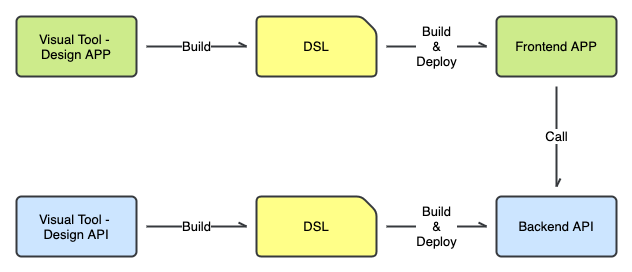
Before: content/wiki/coding/low-code/draw-workflow.png, a diagram exported from draw.io (sunnymix/sunnymix.com). Source tidied: cells renumbered, new cells last; positions are measured from the earlier drawing's top-left corner, leaving out a move shared by most shapes.
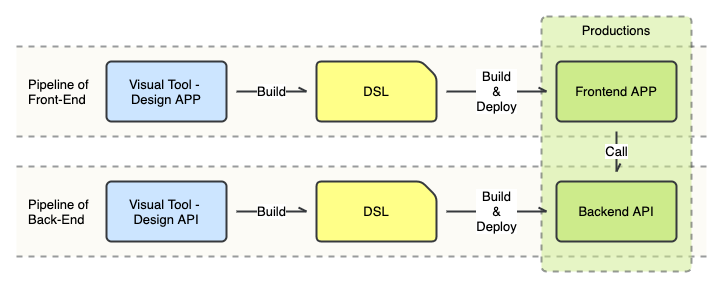
Above is the later version.

Commit message:
Edit coding--lowcode

Change to the diagram source:
```diff
@@ -2,13 +2,22 @@
   <root>
     <mxCell id="0" />
     <mxCell id="1" parent="0" />
+    <mxCell id="13" value="Pipeline of &lt;br style=&quot;font-size: 13px;&quot;&gt;Back-End" style="shape=partialRectangle;whiteSpace=wrap;html=1;left=0;right=0;fillColor=#f9f7ed;rounded=1;dashed=1;fontSize=13;strokeWidth=2;opacity=50;align=left;strokeColor=#36393d;spacingLeft=10;" parent="1" vertex="1">
+      <mxGeometry x="-60" y="105" width="690" height="90" as="geometry" />
+    </mxCell>
+    <mxCell id="14" value="Pipeline of &lt;br style=&quot;font-size: 13px;&quot;&gt;Front-End" style="shape=partialRectangle;whiteSpace=wrap;html=1;left=0;right=0;rounded=1;dashed=1;fontSize=13;strokeWidth=2;opacity=50;align=left;fillColor=#f9f7ed;strokeColor=#36393d;spacingLeft=10;" parent="1" vertex="1">
+      <mxGeometry x="-60" y="-15" width="690" height="90" as="geometry" />
+    </mxCell>
+    <mxCell id="15" value="Productions" style="rounded=1;whiteSpace=wrap;html=1;strokeWidth=2;absoluteArcSize=1;arcSize=10;fontSize=13;fillColor=#cdeb8b;strokeColor=#36393d;verticalAlign=top;opacity=50;dashed=1;" parent="1" vertex="1">
+      <mxGeometry x="465" y="-45" width="150" height="255" as="geometry" />
+    </mxCell>
     <mxCell id="2" value="Build" style="edgeStyle=orthogonalEdgeStyle;rounded=0;jettySize=auto;html=1;perimeterSpacing=10;endArrow=openAsync;endFill=0;strokeWidth=2;fontSize=13;fillColor=#eeeeee;strokeColor=#36393d;" parent="1" edge="1" source="3" target="11">
       <mxGeometry relative="1" as="geometry" />
     </mxCell>
-    <mxCell id="3" value="Visual Tool -&amp;nbsp;&lt;br&gt;Design APP" style="rounded=1;whiteSpace=wrap;html=1;strokeWidth=2;absoluteArcSize=1;arcSize=10;fontSize=13;fillColor=#cdeb8b;strokeColor=#36393d;" parent="1" vertex="1">
-      <mxGeometry width="120" height="60" as="geometry" />
+    <mxCell id="3" value="Visual Tool -&amp;nbsp;&lt;br style=&quot;font-size: 13px;&quot;&gt;Design APP" style="rounded=1;whiteSpace=wrap;html=1;strokeWidth=2;absoluteArcSize=1;arcSize=10;fontSize=13;fillColor=#cce5ff;strokeColor=#36393d;" parent="1" vertex="1">
+      <mxGeometry x="30" width="120" height="60" as="geometry" />
     </mxCell>
-    <mxCell id="4" value="Build&lt;br&gt;&amp;amp;&lt;br&gt;Deploy" style="edgeStyle=orthogonalEdgeStyle;rounded=0;jettySize=auto;html=1;perimeterSpacing=10;endArrow=openAsync;endFill=0;strokeWidth=2;fontSize=13;fillColor=#eeeeee;strokeColor=#36393d;" parent="1" edge="1" source="11" target="6">
+    <mxCell id="4" value="Build&lt;br style=&quot;font-size: 13px;&quot;&gt;&amp;amp;&lt;br style=&quot;font-size: 13px;&quot;&gt;Deploy" style="edgeStyle=orthogonalEdgeStyle;rounded=0;jettySize=auto;html=1;perimeterSpacing=10;endArrow=openAsync;endFill=0;strokeWidth=2;fontSize=13;fillColor=#eeeeee;strokeColor=#36393d;" parent="1" edge="1" source="11" target="6">
       <mxGeometry relative="1" as="geometry" />
     </mxCell>
     <mxCell id="5" value="Call" style="edgeStyle=orthogonalEdgeStyle;rounded=0;jettySize=auto;html=1;endArrow=openAsync;endFill=0;strokeWidth=2;perimeterSpacing=10;fontSize=13;fillColor=#eeeeee;strokeColor=#36393d;" parent="1" edge="1" source="6" target="10">
@@ -20,20 +29,20 @@
     <mxCell id="7" value="Build" style="edgeStyle=orthogonalEdgeStyle;rounded=0;jettySize=auto;html=1;endArrow=openAsync;endFill=0;strokeWidth=2;perimeterSpacing=10;fontSize=13;fillColor=#eeeeee;strokeColor=#36393d;" parent="1" edge="1" source="8" target="12">
       <mxGeometry relative="1" as="geometry" />
     </mxCell>
-    <mxCell id="8" value="Visual Tool -&amp;nbsp;&lt;br&gt;Design API" style="rounded=1;whiteSpace=wrap;html=1;strokeWidth=2;absoluteArcSize=1;arcSize=10;fontSize=13;fillColor=#cce5ff;strokeColor=#36393d;" parent="1" vertex="1">
-      <mxGeometry y="180" width="120" height="60" as="geometry" />
+    <mxCell id="8" value="Visual Tool -&amp;nbsp;&lt;br style=&quot;font-size: 13px;&quot;&gt;Design API" style="rounded=1;whiteSpace=wrap;html=1;strokeWidth=2;absoluteArcSize=1;arcSize=10;fontSize=13;fillColor=#cce5ff;strokeColor=#36393d;" parent="1" vertex="1">
+      <mxGeometry x="30" y="120" width="120" height="60" as="geometry" />
     </mxCell>
-    <mxCell id="9" value="Build&lt;br&gt;&amp;amp;&lt;br&gt;Deploy" style="edgeStyle=orthogonalEdgeStyle;rounded=0;jettySize=auto;html=1;endArrow=openAsync;endFill=0;strokeWidth=2;perimeterSpacing=10;fontSize=13;fillColor=#eeeeee;strokeColor=#36393d;" parent="1" edge="1" source="12" target="10">
+    <mxCell id="9" value="Build&lt;br style=&quot;font-size: 13px;&quot;&gt;&amp;amp;&lt;br style=&quot;font-size: 13px;&quot;&gt;Deploy" style="edgeStyle=orthogonalEdgeStyle;rounded=0;jettySize=auto;html=1;endArrow=openAsync;endFill=0;strokeWidth=2;perimeterSpacing=10;fontSize=13;fillColor=#eeeeee;strokeColor=#36393d;" parent="1" edge="1" source="12" target="10">
       <mxGeometry relative="1" as="geometry" />
     </mxCell>
-    <mxCell id="10" value="Backend API" style="rounded=1;whiteSpace=wrap;html=1;strokeWidth=2;absoluteArcSize=1;arcSize=10;fontSize=13;fillColor=#cce5ff;strokeColor=#36393d;" parent="1" vertex="1">
-      <mxGeometry x="480" y="180" width="120" height="60" as="geometry" />
+    <mxCell id="10" value="Backend API" style="rounded=1;whiteSpace=wrap;html=1;strokeWidth=2;absoluteArcSize=1;arcSize=10;fontSize=13;fillColor=#cdeb8b;strokeColor=#36393d;" parent="1" vertex="1">
+      <mxGeometry x="480" y="120" width="120" height="60" as="geometry" />
     </mxCell>
     <mxCell id="11" value="DSL" style="shape=card;whiteSpace=wrap;html=1;fontSize=13;strokeWidth=2;rounded=1;arcSize=10;direction=south;size=15;fillColor=#ffff88;strokeColor=#36393d;" parent="1" vertex="1">
       <mxGeometry x="240" width="120" height="60" as="geometry" />
     </mxCell>
     <mxCell id="12" value="DSL" style="shape=card;whiteSpace=wrap;html=1;fontSize=13;strokeWidth=2;rounded=1;arcSize=10;direction=south;size=15;fillColor=#ffff88;strokeColor=#36393d;" parent="1" vertex="1">
-      <mxGeometry x="240" y="180" width="120" height="60" as="geometry" />
+      <mxGeometry x="240" y="120" width="120" height="60" as="geometry" />
     </mxCell>
   </root>
 </mxGraphModel>
```
